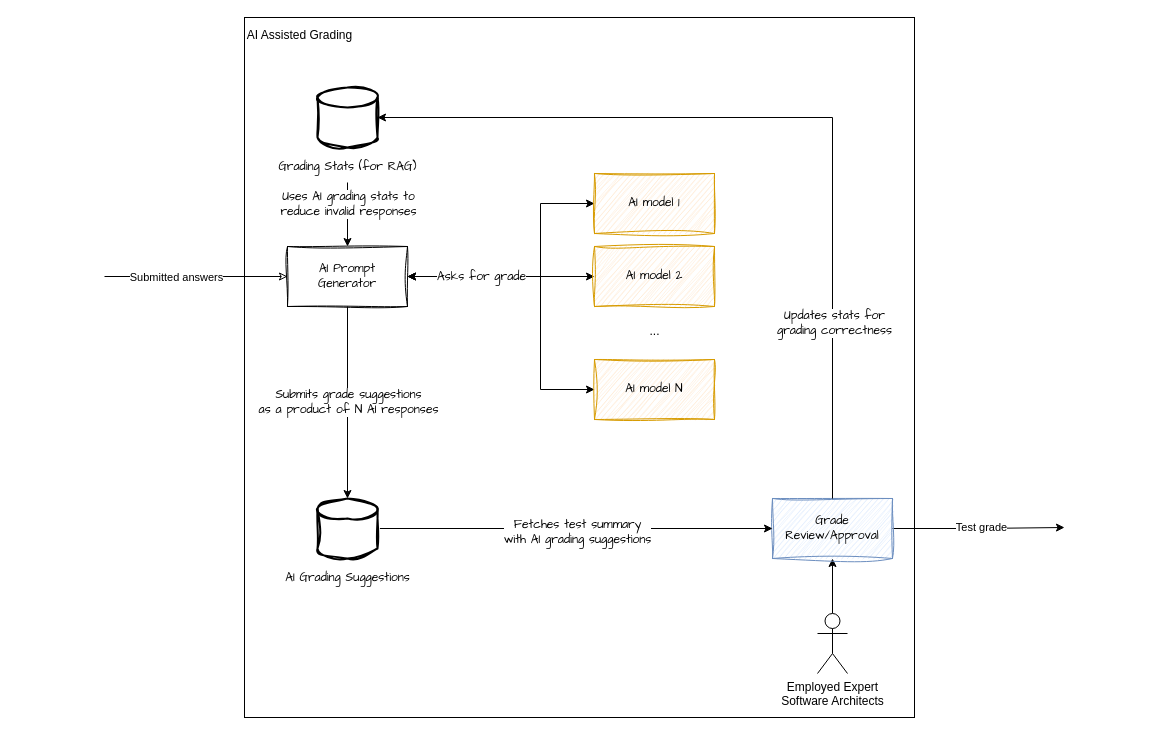
Before: page "AI Grading Component" (3 of 4) of Diagrams.drawio in wawrzynek-eq/arch-kata, a draw.io diagram. Source tidied: cells renumbered, new cells numbered last; positions are measured from the earlier drawing's top-left corner, leaving out a move shared by most shapes. Both pictures are drawn from the tidied source at 100%, with x=0, y=0 at pixel (104, 17).
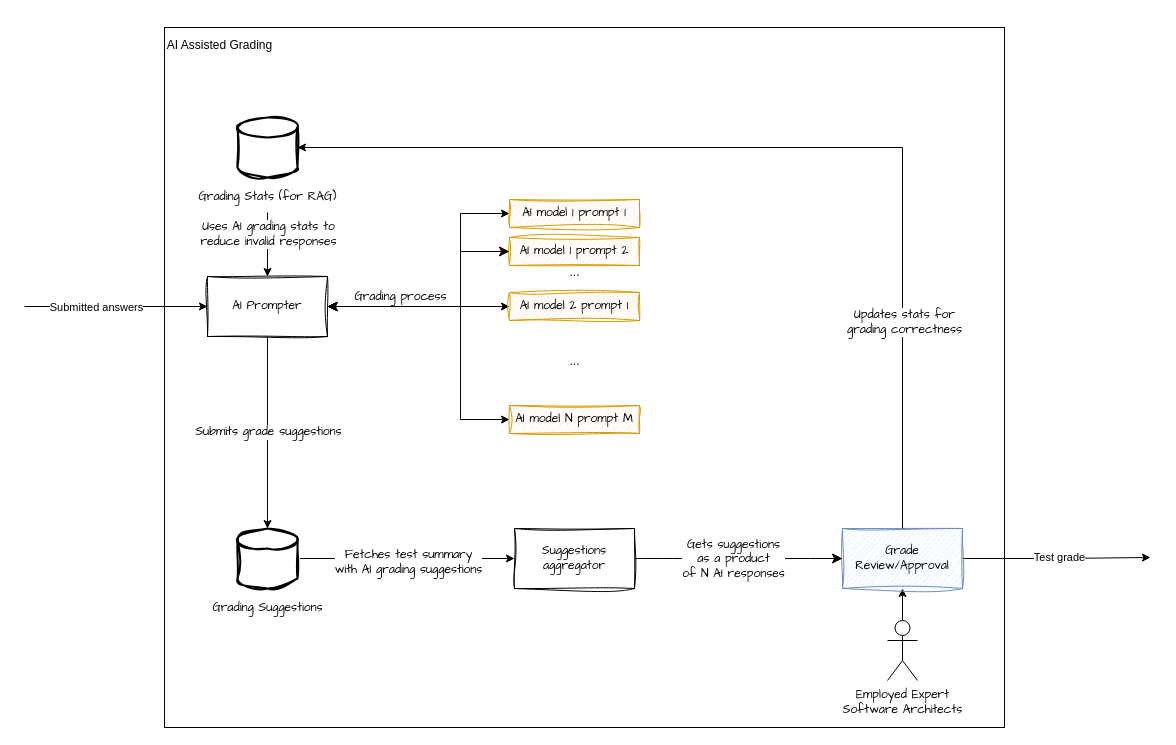
The same page after the edit.

Unchanged cells that the change refers to:
```xml
<mxCell id="18" style="edgeStyle=orthogonalEdgeStyle;rounded=0;jettySize=auto;html=1;entryX=0.5;entryY=0;entryDx=0;entryDy=0;entryPerimeter=0;" parent="1" edge="1" source="11" target="27">
  <mxGeometry relative="1" as="geometry" />
</mxCell>
```

Change to the diagram source:
```diff
@@
     <mxCell id="2" style="group;" parent="1" vertex="1">
-      <mxGeometry x="140" width="670" height="700" as="geometry" />
+      <mxGeometry x="60" y="10" width="840" height="700" as="geometry" />
     </mxCell>
     <mxCell id="3" style="rounded=0;whiteSpace=wrap;html=1;" parent="2" vertex="1">
-      <mxGeometry width="670" height="700" as="geometry" />
+      <mxGeometry width="840" height="700" as="geometry" />
     </mxCell>
@@
+    <mxCell id="33" value="Suggestions aggregator" style="rounded=0;whiteSpace=wrap;html=1;hachureGap=4;align=center;verticalAlign=middle;fontFamily=Architects Daughter;fontSize=12;sketch=1;curveFitting=1;jiggle=2;" parent="2" vertex="1">
+      <mxGeometry x="350" y="501" width="120" height="60" as="geometry" />
+    </mxCell>
+    <mxCell id="34" value="AI model 1 prompt 2" style="rounded=0;whiteSpace=wrap;html=1;fillColor=#ffe6cc;strokeColor=#d79b00;sketch=1;hachureGap=4;jiggle=2;curveFitting=1;align=center;verticalAlign=middle;fontFamily=Architects Daughter;fontSize=12;" parent="2" vertex="1">
+      <mxGeometry x="345" y="210" width="130" height="28" as="geometry" />
+    </mxCell>
+    <mxCell id="35" value="..." style="text;html=1;align=center;verticalAlign=middle;strokeColor=none;fillColor=none;rounded=0;" parent="2" vertex="1">
+      <mxGeometry x="395" y="230" width="30" height="30" as="geometry" />
+    </mxCell>
     <mxCell id="5" style="edgeStyle=orthogonalEdgeStyle;rounded=0;jettySize=auto;html=1;entryX=0;entryY=0.5;entryDx=0;entryDy=0;startArrow=classic;startFill=1;" parent="1" edge="1" source="11" target="12">
       <mxGeometry relative="1" as="geometry">
         <Array as="points">
-          <mxPoint x="436" y="259" />
-          <mxPoint x="436" y="186" />
+          <mxPoint x="356" y="289" />
+          <mxPoint x="356" y="196" />
         </Array>
       </mxGeometry>
     </mxCell>
@@
     <mxCell id="7" style="edgeStyle=orthogonalEdgeStyle;rounded=0;jettySize=auto;html=1;entryX=0;entryY=0.5;entryDx=0;entryDy=0;startArrow=classic;startFill=1;" parent="1" edge="1" source="11" target="16">
       <mxGeometry relative="1" as="geometry">
         <Array as="points">
-          <mxPoint x="436" y="259" />
-          <mxPoint x="436" y="372" />
+          <mxPoint x="356" y="289" />
+          <mxPoint x="356" y="402" />
         </Array>
       </mxGeometry>
     </mxCell>
-    <mxCell id="8" value="Asks for grade" style="edgeLabel;html=1;align=center;verticalAlign=middle;rounded=0;sketch=1;hachureGap=4;jiggle=2;curveFitting=1;strokeColor=#6c8ebf;fontFamily=Architects Daughter;fontSize=12;fontColor=default;fillColor=#dae8fc;" parent="7" vertex="1">
+    <mxCell id="8" value="Grading process" style="edgeLabel;html=1;align=center;verticalAlign=middle;rounded=0;sketch=1;hachureGap=4;jiggle=2;curveFitting=1;strokeColor=#6c8ebf;fontFamily=Architects Daughter;fontSize=12;fontColor=default;fillColor=#dae8fc;labelBorderColor=none;labelBackgroundColor=default;" parent="7" vertex="1">
       <mxGeometry x="-0.73" relative="1" as="geometry">
-        <mxPoint x="32" as="offset" />
+        <mxPoint x="32" y="-10" as="offset" />
       </mxGeometry>
     </mxCell>
+    <mxCell id="36" style="edgeStyle=none;curved=0;rounded=0;jettySize=auto;html=1;exitX=0;exitY=0.5;exitDx=0;exitDy=0;fontSize=12;startSize=8;endSize=8;startArrow=classic;startFill=1;entryX=1;entryY=0.5;entryDx=0;entryDy=0;" parent="1" edge="1" source="34" target="11">
+      <mxGeometry relative="1" as="geometry">
+        <Array as="points">
+          <mxPoint x="356" y="234" />
+          <mxPoint x="356" y="289" />
+        </Array>
+      </mxGeometry>
+    </mxCell>
-    <mxCell id="9" style="edgeStyle=orthogonalEdgeStyle;rounded=0;jettySize=auto;html=1;startArrow=classic;startFill=0;endArrow=none;" parent="1" edge="1" source="11">
+    <mxCell id="9" style="edgeStyle=orthogonalEdgeStyle;rounded=0;jettySize=auto;html=1;startArrow=classic;startFill=1;endArrow=none;" parent="1" edge="1" source="11">
       <mxGeometry relative="1" as="geometry">
-        <mxPoint y="259" as="targetPoint" />
+        <mxPoint x="-80" y="289" as="targetPoint" />
       </mxGeometry>
     </mxCell>
@@
-    <mxCell id="11" value="AI Prompt Generator" style="rounded=0;whiteSpace=wrap;html=1;sketch=1;hachureGap=4;jiggle=2;curveFitting=1;align=center;verticalAlign=middle;fontFamily=Architects Daughter;fontSize=12;" parent="1" vertex="1">
-      <mxGeometry x="183" y="229" width="120" height="60" as="geometry" />
+    <mxCell id="11" value="AI Prompter" style="rounded=0;whiteSpace=wrap;html=1;hachureGap=4;align=center;verticalAlign=middle;fontFamily=Architects Daughter;fontSize=12;sketch=1;curveFitting=1;jiggle=2;" parent="1" vertex="1">
+      <mxGeometry x="103" y="259" width="120" height="60" as="geometry" />
     </mxCell>
-    <mxCell id="12" value="AI model 1" style="rounded=0;whiteSpace=wrap;html=1;fillColor=#ffe6cc;strokeColor=#d79b00;sketch=1;hachureGap=4;jiggle=2;curveFitting=1;align=center;verticalAlign=middle;fontFamily=Architects Daughter;fontSize=12;" parent="1" vertex="1">
-      <mxGeometry x="490" y="156" width="120" height="60" as="geometry" />
+    <mxCell id="12" value="AI model 1 prompt 1" style="rounded=0;whiteSpace=wrap;html=1;fillColor=#ffe6cc;strokeColor=#d79b00;sketch=1;hachureGap=4;jiggle=2;curveFitting=1;align=center;verticalAlign=middle;fontFamily=Architects Daughter;fontSize=12;fontColor=default;" parent="1" vertex="1">
+      <mxGeometry x="405" y="182" width="130" height="28" as="geometry" />
     </mxCell>
@@
-    <mxCell id="14" value="Employed Expert&lt;br&gt;Software Architects" style="shape=umlActor;verticalLabelPosition=bottom;verticalAlign=top;html=1;outlineConnect=0;rounded=0;" parent="1" vertex="1">
-      <mxGeometry x="713" y="596" width="30" height="60" as="geometry" />
+    <mxCell id="14" value="&lt;font face=&quot;Architects Daughter&quot;&gt;Employed Expert&lt;br&gt;Software Architects&lt;/font&gt;" style="shape=umlActor;verticalLabelPosition=bottom;verticalAlign=top;html=1;outlineConnect=0;rounded=0;shadow=0;" parent="1" vertex="1">
+      <mxGeometry x="783" y="603" width="30" height="60" as="geometry" />
     </mxCell>
-    <mxCell id="15" value="AI model 2" style="rounded=0;whiteSpace=wrap;html=1;fillColor=#ffe6cc;strokeColor=#d79b00;sketch=1;hachureGap=4;jiggle=2;curveFitting=1;align=center;verticalAlign=middle;fontFamily=Architects Daughter;fontSize=12;" parent="1" vertex="1">
-      <mxGeometry x="490" y="229" width="120" height="60" as="geometry" />
+    <mxCell id="15" value="AI model 2 prompt 1" style="rounded=0;whiteSpace=wrap;html=1;fillColor=#ffe6cc;strokeColor=#d79b00;sketch=1;hachureGap=4;jiggle=2;curveFitting=1;align=center;verticalAlign=middle;fontFamily=Architects Daughter;fontSize=12;" parent="1" vertex="1">
+      <mxGeometry x="405" y="275" width="130" height="28" as="geometry" />
     </mxCell>
-    <mxCell id="16" value="AI model N" style="rounded=0;whiteSpace=wrap;html=1;fillColor=#ffe6cc;strokeColor=#d79b00;sketch=1;hachureGap=4;jiggle=2;curveFitting=1;align=center;verticalAlign=middle;fontFamily=Architects Daughter;fontSize=12;" parent="1" vertex="1">
-      <mxGeometry x="490" y="342" width="120" height="60" as="geometry" />
+    <mxCell id="16" value="AI model N prompt M" style="rounded=0;whiteSpace=wrap;html=1;fillColor=#ffe6cc;strokeColor=#d79b00;sketch=1;hachureGap=4;jiggle=2;curveFitting=1;align=center;verticalAlign=middle;fontFamily=Architects Daughter;fontSize=12;" parent="1" vertex="1">
+      <mxGeometry x="405" y="388" width="130" height="28" as="geometry" />
     </mxCell>
     <mxCell id="17" value="..." style="text;html=1;align=center;verticalAlign=middle;strokeColor=none;fillColor=none;rounded=0;" parent="1" vertex="1">
-      <mxGeometry x="535" y="299" width="30" height="30" as="geometry" />
+      <mxGeometry x="455" y="329" width="30" height="30" as="geometry" />
     </mxCell>
@@
-    <mxCell id="19" value="Submits grade suggestions&lt;br&gt;as a product&amp;nbsp;of N AI responses" style="edgeLabel;html=1;align=center;verticalAlign=middle;rounded=0;sketch=1;hachureGap=4;jiggle=2;curveFitting=1;strokeColor=#6c8ebf;fontFamily=Architects Daughter;fontSize=12;fontColor=default;fillColor=#dae8fc;" parent="18" vertex="1">
+    <mxCell id="19" value="Submits grade suggestions" style="edgeLabel;html=1;align=center;verticalAlign=middle;rounded=0;sketch=1;hachureGap=4;jiggle=2;curveFitting=1;strokeColor=#6c8ebf;fontFamily=Architects Daughter;fontSize=12;fontColor=default;fillColor=#dae8fc;" parent="18" vertex="1">
       <mxGeometry x="-0.01" relative="1" as="geometry" />
     </mxCell>
     <mxCell id="20" style="edgeStyle=orthogonalEdgeStyle;rounded=0;jettySize=auto;html=1;" parent="1" edge="1" source="22">
       <mxGeometry relative="1" as="geometry">
-        <mxPoint x="960" y="510" as="targetPoint" />
+        <mxPoint x="1046" y="540" as="targetPoint" />
       </mxGeometry>
     </mxCell>
@@
     <mxCell id="22" value="Grade Review/Approval" style="rounded=0;whiteSpace=wrap;html=1;hachureGap=4;fillColor=#dae8fc;strokeColor=#6c8ebf;align=center;verticalAlign=middle;sketch=1;jiggle=2;curveFitting=1;fontFamily=Architects Daughter;fontSize=12;fontColor=default;" parent="1" vertex="1">
-      <mxGeometry x="668" y="481" width="120" height="60" as="geometry" />
+      <mxGeometry x="738" y="511" width="120" height="60" as="geometry" />
     </mxCell>
-    <mxCell id="23" style="edgeStyle=orthogonalEdgeStyle;rounded=0;jettySize=auto;html=1;entryX=0;entryY=0.5;entryDx=0;entryDy=0;" parent="1" edge="1" source="27" target="22">
+    <mxCell id="23" style="edgeStyle=orthogonalEdgeStyle;rounded=0;jettySize=auto;html=1;entryX=0;entryY=0.5;entryDx=0;entryDy=0;" parent="1" edge="1" source="27" target="33">
       <mxGeometry relative="1" as="geometry" />
     </mxCell>
@@
     <mxCell id="27" style="strokeWidth=2;html=1;shape=mxgraph.flowchart.database;whiteSpace=wrap;rounded=0;sketch=1;hachureGap=4;jiggle=2;curveFitting=1;align=center;verticalAlign=middle;fontFamily=Architects Daughter;fontSize=12;" parent="1" vertex="1">
-      <mxGeometry x="213" y="481" width="60" height="60" as="geometry" />
+      <mxGeometry x="133" y="511" width="60" height="60" as="geometry" />
     </mxCell>
-    <mxCell id="28" value="AI Grading Suggestions" style="text;html=1;align=center;verticalAlign=middle;strokeColor=none;fillColor=none;rounded=0;fontFamily=Architects Daughter;fontSize=12;fontColor=default;" parent="1" vertex="1">
-      <mxGeometry x="168" y="546" width="150" height="30" as="geometry" />
+    <mxCell id="28" value="Grading Suggestions" style="text;html=1;align=center;verticalAlign=middle;strokeColor=none;fillColor=none;rounded=0;fontFamily=Architects Daughter;fontSize=12;fontColor=default;" parent="1" vertex="1">
+      <mxGeometry x="98" y="576" width="130" height="30" as="geometry" />
     </mxCell>
     <mxCell id="29" style="strokeWidth=2;html=1;shape=mxgraph.flowchart.database;whiteSpace=wrap;rounded=0;sketch=1;hachureGap=4;jiggle=2;curveFitting=1;align=center;verticalAlign=middle;fontFamily=Architects Daughter;fontSize=12;" parent="1" vertex="1">
-      <mxGeometry x="213" y="70" width="60" height="60" as="geometry" />
+      <mxGeometry x="133" y="100" width="60" height="60" as="geometry" />
     </mxCell>
     <mxCell id="30" value="Grading Stats (for RAG)" style="text;html=1;align=center;verticalAlign=middle;points=[];strokeColor=none;fillColor=none;rounded=0;fontFamily=Architects Daughter;fontSize=12;fontColor=default;" parent="1" vertex="1">
-      <mxGeometry x="168" y="135" width="150" height="30" as="geometry" />
+      <mxGeometry x="88" y="165" width="150" height="30" as="geometry" />
     </mxCell>
     <mxCell id="31" style="edgeStyle=orthogonalEdgeStyle;rounded=0;jettySize=auto;html=1;entryX=1;entryY=0.5;entryDx=0;entryDy=0;entryPerimeter=0;" parent="1" edge="1" source="22" target="29">
       <mxGeometry relative="1" as="geometry">
         <Array as="points">
-          <mxPoint x="728" y="100" />
+          <mxPoint x="798" y="130" />
         </Array>
       </mxGeometry>
     </mxCell>
@@
+    <mxCell id="37" style="edgeStyle=none;curved=1;rounded=0;jettySize=auto;html=1;entryX=0;entryY=0.5;entryDx=0;entryDy=0;fontSize=12;startSize=8;endSize=8;" parent="1" edge="1" source="33" target="22">
+      <mxGeometry relative="1" as="geometry" />
+    </mxCell>
+    <mxCell id="38" value="Gets suggestions&lt;br&gt;as a product &lt;br&gt;of N AI responses" style="edgeLabel;html=1;align=center;verticalAlign=middle;fontSize=12;fontFamily=Architects Daughter;" parent="37" vertex="1">
+      <mxGeometry x="-0.06" relative="1" as="geometry" />
+    </mxCell>
```
